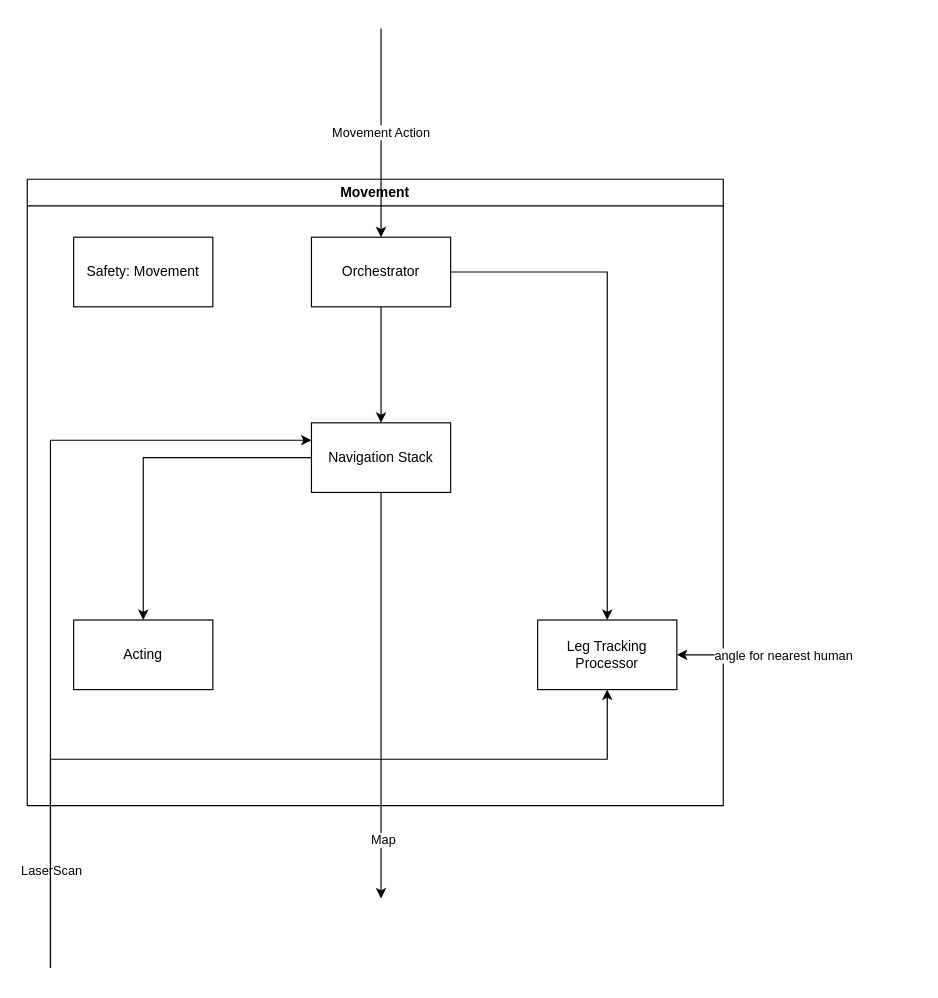
The draw.io diagram page "Movement Overall" (2 of 56) of doc/drawio_templates/manipulation_block_view.drawio in una-auxme/arlab, before the edit. Source tidied: cells renumbered, new cells numbered last; positions are measured from the earlier drawing's top-left corner, leaving out a move shared by most shapes. Both pictures are drawn from the tidied source at 116%, with x=0, y=0 at pixel (27, 28).
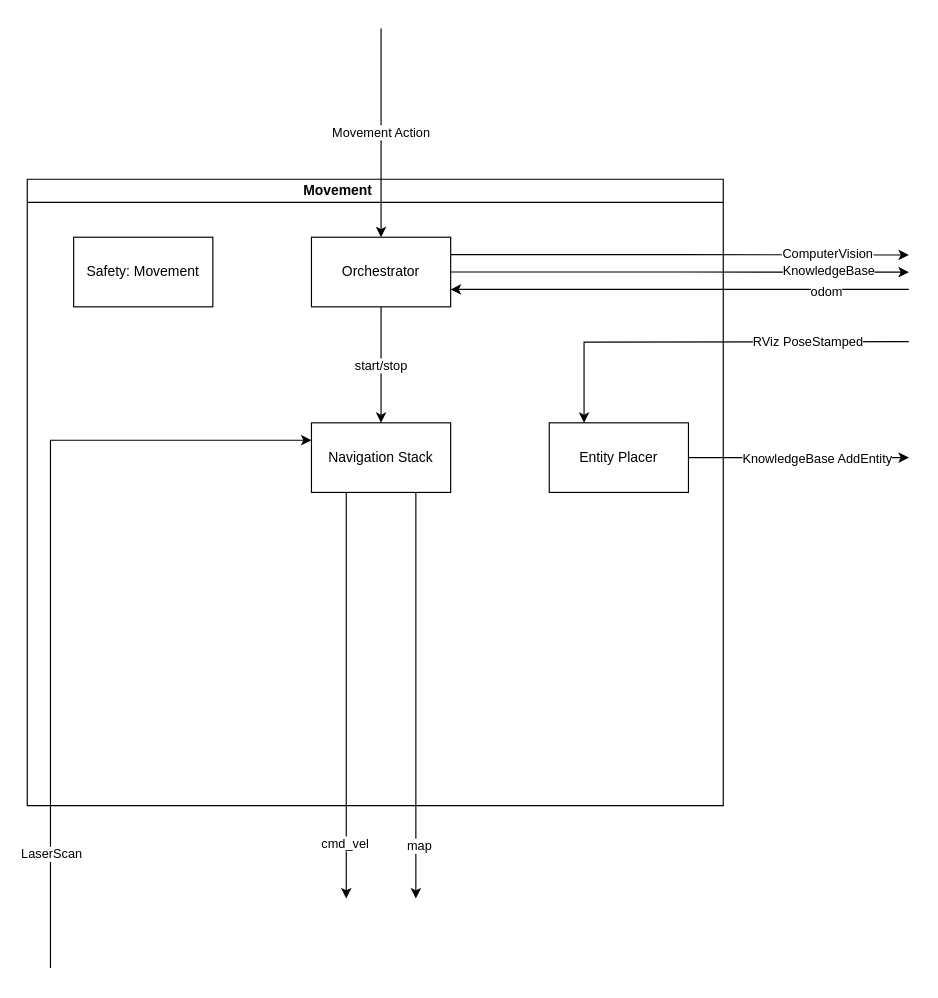
The same page after the edit.

Commit message (it also covers changes not shown here):
movement wiki update, updated figures and description

Unchanged cells that the change refers to:
```xml
<mxCell id="3" style="edgeStyle=orthogonalEdgeStyle;rounded=0;jettySize=auto;html=1;" parent="2" edge="1" source="5" target="9">
  <mxGeometry relative="1" as="geometry" />
</mxCell>
<mxCell id="5" value="Orchestrator" style="rounded=0;whiteSpace=wrap;html=1;" parent="2" vertex="1">
  <mxGeometry x="245" y="50" width="120" height="60" as="geometry" />
</mxCell>
<mxCell id="9" value="Navigation Stack" style="rounded=0;whiteSpace=wrap;html=1;" parent="2" vertex="1">
  <mxGeometry x="245" y="210" width="120" height="60" as="geometry" />
</mxCell>
<mxCell id="16" style="endArrow=classic;html=1;rounded=0;entryX=0;entryY=0.25;entryDx=0;entryDy=0;" parent="1" edge="1" target="9">
  <mxGeometry relative="1" as="geometry">
    <mxPoint x="20" y="810" as="sourcePoint" />
    <Array as="points">
      <mxPoint x="20" y="355" />
    </Array>
  </mxGeometry>
</mxCell>
```

Diff of the diagram source:
```diff
@@
-    <mxCell id="2" value="Movement" style="swimlane;whiteSpace=wrap;html=1;" parent="1" vertex="1">
+    <mxCell id="2" value="Movement" style="swimlane;whiteSpace=wrap;html=1;startSize=20;spacingLeft=-64;" parent="1" vertex="1">
       <mxGeometry y="130" width="600" height="540" as="geometry" />
     </mxCell>
@@
-    <mxCell id="4" style="edgeStyle=orthogonalEdgeStyle;rounded=0;jettySize=auto;html=1;exitX=1;exitY=0.5;exitDx=0;exitDy=0;entryX=0.5;entryY=0;entryDx=0;entryDy=0;" parent="2" edge="1" source="5" target="10">
-      <mxGeometry relative="1" as="geometry" />
-    </mxCell>
+    <mxCell id="19" value="start/stop" style="edgeLabel;html=1;align=center;verticalAlign=middle;" parent="3" vertex="1">
+      <mxGeometry x="-0.01" y="-1" relative="1" as="geometry" />
+    </mxCell>
+    <mxCell id="20" style="edgeStyle=orthogonalEdgeStyle;rounded=0;jettySize=auto;html=1;exitX=1;exitY=0.25;exitDx=0;exitDy=0;" parent="2" edge="1" source="5">
+      <mxGeometry relative="1" as="geometry">
+        <mxPoint x="760" y="65.3" as="targetPoint" />
+      </mxGeometry>
+    </mxCell>
+    <mxCell id="21" value="ComputerVision" style="edgeLabel;html=1;align=center;verticalAlign=middle;" parent="20" vertex="1">
+      <mxGeometry x="0.75" y="2" relative="1" as="geometry">
+        <mxPoint x="-21" as="offset" />
+      </mxGeometry>
+    </mxCell>
+    <mxCell id="22" style="edgeStyle=orthogonalEdgeStyle;rounded=0;jettySize=auto;html=1;exitX=1;exitY=0.5;exitDx=0;exitDy=0;" parent="2" edge="1" source="5">
+      <mxGeometry relative="1" as="geometry">
+        <mxPoint x="760" y="80.1" as="targetPoint" />
+      </mxGeometry>
+    </mxCell>
+    <mxCell id="23" value="KnowledgeBase" style="edgeLabel;html=1;align=center;verticalAlign=middle;" parent="22" vertex="1">
+      <mxGeometry x="0.62" y="2" relative="1" as="geometry">
+        <mxPoint x="6" as="offset" />
+      </mxGeometry>
+    </mxCell>
+    <mxCell id="24" style="edgeStyle=orthogonalEdgeStyle;rounded=0;jettySize=auto;html=1;exitX=1;exitY=0.75;exitDx=0;exitDy=0;startArrow=classic;startFill=1;endArrow=none;endFill=0;" parent="2" edge="1" source="5">
+      <mxGeometry relative="1" as="geometry">
+        <mxPoint x="760" y="95" as="targetPoint" />
+      </mxGeometry>
+    </mxCell>
+    <mxCell id="25" value="odom" style="edgeLabel;html=1;align=center;verticalAlign=middle;" parent="24" vertex="1">
+      <mxGeometry x="0.6" y="-1" relative="1" as="geometry">
+        <mxPoint x="8" as="offset" />
+      </mxGeometry>
+    </mxCell>
@@
-    <mxCell id="6" style="edgeStyle=orthogonalEdgeStyle;rounded=0;jettySize=auto;html=1;exitX=0;exitY=0.5;exitDx=0;exitDy=0;entryX=0.5;entryY=0;entryDx=0;entryDy=0;" parent="2" edge="1" source="9" target="11">
-      <mxGeometry relative="1" as="geometry" />
-    </mxCell>
-    <mxCell id="7" style="edgeStyle=orthogonalEdgeStyle;rounded=0;jettySize=auto;html=1;exitX=0.5;exitY=1;exitDx=0;exitDy=0;" parent="2" edge="1" source="9">
-      <mxGeometry relative="1" as="geometry">
-        <mxPoint x="305" y="620" as="targetPoint" />
-      </mxGeometry>
-    </mxCell>
-    <mxCell id="8" value="Map" style="edgeLabel;html=1;align=center;verticalAlign=middle;" parent="7" vertex="1">
-      <mxGeometry x="0.72" y="1" relative="1" as="geometry">
-        <mxPoint y="-1" as="offset" />
-      </mxGeometry>
-    </mxCell>
+    <mxCell id="26" style="edgeStyle=orthogonalEdgeStyle;rounded=0;jettySize=auto;html=1;exitX=0.25;exitY=1;exitDx=0;exitDy=0;" parent="2" edge="1" source="9">
+      <mxGeometry relative="1" as="geometry">
+        <mxPoint x="275" y="620" as="targetPoint" />
+      </mxGeometry>
+    </mxCell>
+    <mxCell id="27" value="cmd_vel" style="edgeLabel;html=1;align=center;verticalAlign=middle;" parent="26" vertex="1">
+      <mxGeometry x="0.73" y="-2" relative="1" as="geometry" />
+    </mxCell>
+    <mxCell id="28" style="edgeStyle=orthogonalEdgeStyle;rounded=0;jettySize=auto;html=1;exitX=0.75;exitY=1;exitDx=0;exitDy=0;" parent="2" edge="1" source="9">
+      <mxGeometry relative="1" as="geometry">
+        <mxPoint x="335" y="620" as="targetPoint" />
+      </mxGeometry>
+    </mxCell>
+    <mxCell id="29" value="map" style="edgeLabel;html=1;align=center;verticalAlign=middle;" parent="28" vertex="1">
+      <mxGeometry x="0.74" y="2" relative="1" as="geometry" />
+    </mxCell>
@@
-    <mxCell id="10" value="Leg Tracking Processor" style="rounded=0;whiteSpace=wrap;html=1;" parent="2" vertex="1">
-      <mxGeometry x="440" y="380" width="120" height="60" as="geometry" />
-    </mxCell>
-    <mxCell id="11" value="Acting" style="rounded=0;whiteSpace=wrap;html=1;" parent="2" vertex="1">
-      <mxGeometry x="40" y="380" width="120" height="60" as="geometry" />
-    </mxCell>
@@
+    <mxCell id="30" style="edgeStyle=orthogonalEdgeStyle;rounded=0;jettySize=auto;html=1;exitX=1;exitY=0.5;exitDx=0;exitDy=0;" parent="2" edge="1" source="32">
+      <mxGeometry relative="1" as="geometry">
+        <mxPoint x="760" y="240" as="targetPoint" />
+      </mxGeometry>
+    </mxCell>
+    <mxCell id="31" value="KnowledgeBase AddEntity" style="edgeLabel;html=1;align=center;verticalAlign=middle;" parent="30" vertex="1">
+      <mxGeometry x="-0.03" y="-2" relative="1" as="geometry">
+        <mxPoint x="18" y="-2" as="offset" />
+      </mxGeometry>
+    </mxCell>
+    <mxCell id="32" value="Entity Placer" style="rounded=0;whiteSpace=wrap;html=1;" parent="2" vertex="1">
+      <mxGeometry x="450" y="210" width="120" height="60" as="geometry" />
+    </mxCell>
+    <mxCell id="33" value="RViz PoseStamped" style="endArrow=classic;html=1;rounded=0;entryX=0.25;entryY=0;entryDx=0;entryDy=0;edgeStyle=orthogonalEdgeStyle;" parent="2" edge="1" target="32">
+      <mxGeometry x="-0.5" relative="1" as="geometry">
+        <mxPoint x="760" y="140" as="sourcePoint" />
+      </mxGeometry>
+    </mxCell>
@@
-    <mxCell id="14" style="endArrow=classic;html=1;rounded=0;entryX=1;entryY=0.5;entryDx=0;entryDy=0;" parent="1" edge="1" target="10">
-      <mxGeometry relative="1" as="geometry">
-        <mxPoint x="680" y="540" as="sourcePoint" />
-      </mxGeometry>
-    </mxCell>
-    <mxCell id="15" value="angle for nearest human" style="edgeLabel;html=1;align=center;verticalAlign=middle;" parent="14" vertex="1">
-      <mxGeometry x="-0.52" relative="1" as="geometry" />
-    </mxCell>
@@
     <mxCell id="17" value="LaserScan" style="edgeLabel;html=1;align=center;verticalAlign=middle;" parent="16" vertex="1">
-      <mxGeometry x="-0.75" relative="1" as="geometry" />
+      <mxGeometry x="-0.75" relative="1" as="geometry">
+        <mxPoint y="-14" as="offset" />
+      </mxGeometry>
     </mxCell>
-    <mxCell id="18" style="endArrow=classic;html=1;rounded=0;entryX=0.5;entryY=1;entryDx=0;entryDy=0;" parent="1" edge="1" target="10">
-      <mxGeometry relative="1" as="geometry">
-        <mxPoint x="20" y="810" as="sourcePoint" />
-        <Array as="points">
-          <mxPoint x="20" y="630" />
-          <mxPoint x="500" y="630" />
-        </Array>
-      </mxGeometry>
-    </mxCell>
```
